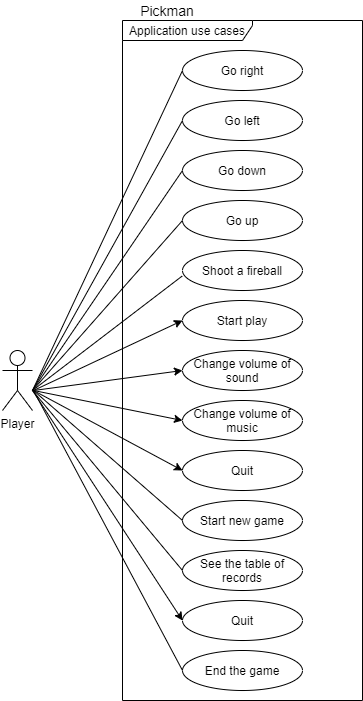
This is документы/UML/use case.png from EkSidra/Pickman, a draw.io export, as it was before one commit. Source tidied: cells renumbered, new cells last; positions are measured from the earlier drawing's top-left corner, leaving out a move shared by most shapes. The source it was exported from:
```xml
<mxGraphModel>
  <root>
    <mxCell id="0" />
    <mxCell id="1" parent="0" />
    <mxCell id="2" value="Application use cases" style="shape=umlFrame;whiteSpace=wrap;html=1;width=130;height=20;" parent="1" vertex="1">
      <mxGeometry x="120" y="20" width="240" height="680" as="geometry" />
    </mxCell>
    <mxCell id="3" value="Start play" style="ellipse;whiteSpace=wrap;html=1;" parent="1" vertex="1">
      <mxGeometry x="180" y="300" width="120" height="40" as="geometry" />
    </mxCell>
    <mxCell id="4" value="Change volume of sound" style="ellipse;whiteSpace=wrap;html=1;" parent="1" vertex="1">
      <mxGeometry x="180" y="350" width="120" height="40" as="geometry" />
    </mxCell>
    <mxCell id="5" value="Change volume of music" style="ellipse;whiteSpace=wrap;html=1;" parent="1" vertex="1">
      <mxGeometry x="180" y="400" width="120" height="40" as="geometry" />
    </mxCell>
    <mxCell id="6" value="See the table of records" style="ellipse;whiteSpace=wrap;html=1;" parent="1" vertex="1">
      <mxGeometry x="180" y="550" width="120" height="40" as="geometry" />
    </mxCell>
    <mxCell id="7" value="Start new game" style="ellipse;whiteSpace=wrap;html=1;" parent="1" vertex="1">
      <mxGeometry x="180" y="500" width="120" height="40" as="geometry" />
    </mxCell>
    <mxCell id="8" value="&lt;font color=&quot;#000000&quot;&gt;Pickman&lt;/font&gt;" style="text;html=1;strokeColor=none;fillColor=none;align=center;verticalAlign=middle;whiteSpace=wrap;rounded=0;fontSize=14;fontColor=#A50040;" parent="1" vertex="1">
      <mxGeometry x="120" width="90" height="20" as="geometry" />
    </mxCell>
    <mxCell id="9" value="Player" style="shape=umlActor;verticalLabelPosition=bottom;verticalAlign=top;fontFamily=Helvetica;labelBackgroundColor=none;labelBorderColor=none;html=1;shadow=0;sketch=0;comic=0;movableLabel=0;fixDash=0;" parent="1" vertex="1">
      <mxGeometry y="350" width="30" height="60" as="geometry" />
    </mxCell>
    <mxCell id="10" value="Quit" style="ellipse;whiteSpace=wrap;html=1;" parent="1" vertex="1">
      <mxGeometry x="180" y="450" width="120" height="40" as="geometry" />
    </mxCell>
    <mxCell id="11" value="Quit" style="ellipse;whiteSpace=wrap;html=1;" parent="1" vertex="1">
      <mxGeometry x="180" y="600" width="120" height="40" as="geometry" />
    </mxCell>
    <mxCell id="12" style="endArrow=none;html=1;fontFamily=Helvetica;entryX=0;entryY=0.5;entryDx=0;entryDy=0;" parent="1" edge="1" target="7">
      <mxGeometry relative="1" as="geometry">
        <mxPoint x="31" y="390" as="sourcePoint" />
      </mxGeometry>
    </mxCell>
    <mxCell id="13" style="endArrow=none;html=1;fontFamily=Helvetica;entryX=0;entryY=0.5;entryDx=0;entryDy=0;" parent="1" edge="1" target="6">
      <mxGeometry relative="1" as="geometry">
        <mxPoint x="30" y="390" as="sourcePoint" />
      </mxGeometry>
    </mxCell>
    <mxCell id="14" style="endArrow=classic;html=1;fontFamily=Helvetica;entryX=0;entryY=0.5;entryDx=0;entryDy=0;" parent="1" edge="1" target="11">
      <mxGeometry relative="1" as="geometry">
        <mxPoint x="30" y="390" as="sourcePoint" />
      </mxGeometry>
    </mxCell>
    <mxCell id="15" style="endArrow=classic;html=1;fontFamily=Helvetica;entryX=0;entryY=0.5;entryDx=0;entryDy=0;" parent="1" edge="1" target="5">
      <mxGeometry relative="1" as="geometry">
        <mxPoint x="31" y="390" as="sourcePoint" />
      </mxGeometry>
    </mxCell>
    <mxCell id="16" style="endArrow=classic;html=1;fontFamily=Helvetica;entryX=0;entryY=0.5;entryDx=0;entryDy=0;" parent="1" edge="1" target="4">
      <mxGeometry relative="1" as="geometry">
        <mxPoint x="31" y="390" as="sourcePoint" />
      </mxGeometry>
    </mxCell>
    <mxCell id="17" style="endArrow=classic;html=1;fontFamily=Helvetica;entryX=0;entryY=0.5;entryDx=0;entryDy=0;" parent="1" edge="1" target="10">
      <mxGeometry relative="1" as="geometry">
        <mxPoint x="31" y="390" as="sourcePoint" />
      </mxGeometry>
    </mxCell>
    <mxCell id="18" style="endArrow=classic;html=1;fontFamily=Helvetica;entryX=0;entryY=0.5;entryDx=0;entryDy=0;" parent="1" edge="1" target="3">
      <mxGeometry relative="1" as="geometry">
        <mxPoint x="31" y="390" as="sourcePoint" />
      </mxGeometry>
    </mxCell>
    <mxCell id="19" value="End the game" style="ellipse;whiteSpace=wrap;html=1;" parent="1" vertex="1">
      <mxGeometry x="180" y="650" width="120" height="40" as="geometry" />
    </mxCell>
    <mxCell id="20" style="endArrow=none;html=1;fontFamily=Helvetica;entryX=0;entryY=0.5;entryDx=0;entryDy=0;" parent="1" edge="1" target="19">
      <mxGeometry relative="1" as="geometry">
        <mxPoint x="31" y="390" as="sourcePoint" />
      </mxGeometry>
    </mxCell>
    <mxCell id="21" value="Shoot a fireball" style="ellipse;whiteSpace=wrap;html=1;" parent="1" vertex="1">
      <mxGeometry x="180" y="250" width="120" height="40" as="geometry" />
    </mxCell>
    <mxCell id="22" value="Go up" style="ellipse;whiteSpace=wrap;html=1;" parent="1" vertex="1">
      <mxGeometry x="180" y="200" width="120" height="40" as="geometry" />
    </mxCell>
    <mxCell id="23" value="Go down" style="ellipse;whiteSpace=wrap;html=1;" parent="1" vertex="1">
      <mxGeometry x="180" y="150" width="120" height="40" as="geometry" />
    </mxCell>
    <mxCell id="24" value="Go left" style="ellipse;whiteSpace=wrap;html=1;" parent="1" vertex="1">
      <mxGeometry x="180" y="100" width="120" height="40" as="geometry" />
    </mxCell>
    <mxCell id="25" value="Go right" style="ellipse;whiteSpace=wrap;html=1;" parent="1" vertex="1">
      <mxGeometry x="180" y="50" width="120" height="40" as="geometry" />
    </mxCell>
    <mxCell id="26" style="endArrow=none;html=1;fontFamily=Helvetica;entryX=0;entryY=0.5;entryDx=0;entryDy=0;" parent="1" edge="1" target="24">
      <mxGeometry relative="1" as="geometry">
        <mxPoint x="30" y="390" as="sourcePoint" />
      </mxGeometry>
    </mxCell>
    <mxCell id="27" style="endArrow=none;html=1;fontFamily=Helvetica;entryX=0;entryY=0.5;entryDx=0;entryDy=0;" parent="1" edge="1" target="23">
      <mxGeometry relative="1" as="geometry">
        <mxPoint x="30" y="390" as="sourcePoint" />
      </mxGeometry>
    </mxCell>
    <mxCell id="28" style="endArrow=none;html=1;fontFamily=Helvetica;entryX=0;entryY=0.5;entryDx=0;entryDy=0;" parent="1" edge="1" target="22">
      <mxGeometry relative="1" as="geometry">
        <mxPoint x="30" y="390" as="sourcePoint" />
      </mxGeometry>
    </mxCell>
    <mxCell id="29" style="endArrow=none;html=1;fontFamily=Helvetica;entryX=-0.002;entryY=0.637;entryDx=0;entryDy=0;entryPerimeter=0;" parent="1" edge="1" target="21">
      <mxGeometry relative="1" as="geometry">
        <mxPoint x="30" y="390" as="sourcePoint" />
      </mxGeometry>
    </mxCell>
    <mxCell id="30" style="endArrow=none;html=1;fontFamily=Helvetica;entryX=0;entryY=0.5;entryDx=0;entryDy=0;" parent="1" edge="1" target="25">
      <mxGeometry relative="1" as="geometry">
        <mxPoint x="30" y="390" as="sourcePoint" />
      </mxGeometry>
    </mxCell>
  </root>
</mxGraphModel>
```
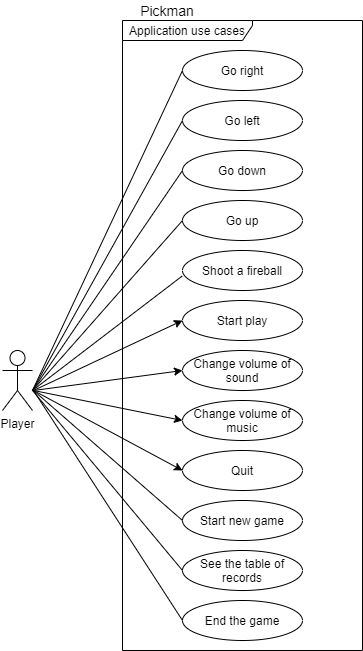
After the change.

What changed in the source:
```diff
@@ -3,7 +3,7 @@
     <mxCell id="0" />
     <mxCell id="1" parent="0" />
     <mxCell id="2" value="Application use cases" style="shape=umlFrame;whiteSpace=wrap;html=1;width=130;height=20;" parent="1" vertex="1">
-      <mxGeometry x="120" y="20" width="240" height="680" as="geometry" />
+      <mxGeometry x="120" y="20" width="240" height="630" as="geometry" />
     </mxCell>
     <mxCell id="3" value="Start play" style="ellipse;whiteSpace=wrap;html=1;" parent="1" vertex="1">
       <mxGeometry x="180" y="300" width="120" height="40" as="geometry" />
@@ -29,9 +29,6 @@
     <mxCell id="10" value="Quit" style="ellipse;whiteSpace=wrap;html=1;" parent="1" vertex="1">
       <mxGeometry x="180" y="450" width="120" height="40" as="geometry" />
     </mxCell>
-    <mxCell id="11" value="Quit" style="ellipse;whiteSpace=wrap;html=1;" parent="1" vertex="1">
-      <mxGeometry x="180" y="600" width="120" height="40" as="geometry" />
-    </mxCell>
     <mxCell id="12" style="endArrow=none;html=1;fontFamily=Helvetica;entryX=0;entryY=0.5;entryDx=0;entryDy=0;" parent="1" edge="1" target="7">
       <mxGeometry relative="1" as="geometry">
         <mxPoint x="31" y="390" as="sourcePoint" />
@@ -42,11 +39,6 @@
         <mxPoint x="30" y="390" as="sourcePoint" />
       </mxGeometry>
     </mxCell>
-    <mxCell id="14" style="endArrow=classic;html=1;fontFamily=Helvetica;entryX=0;entryY=0.5;entryDx=0;entryDy=0;" parent="1" edge="1" target="11">
-      <mxGeometry relative="1" as="geometry">
-        <mxPoint x="30" y="390" as="sourcePoint" />
-      </mxGeometry>
-    </mxCell>
     <mxCell id="15" style="endArrow=classic;html=1;fontFamily=Helvetica;entryX=0;entryY=0.5;entryDx=0;entryDy=0;" parent="1" edge="1" target="5">
       <mxGeometry relative="1" as="geometry">
         <mxPoint x="31" y="390" as="sourcePoint" />
@@ -68,7 +60,7 @@
       </mxGeometry>
     </mxCell>
     <mxCell id="19" value="End the game" style="ellipse;whiteSpace=wrap;html=1;" parent="1" vertex="1">
-      <mxGeometry x="180" y="650" width="120" height="40" as="geometry" />
+      <mxGeometry x="180" y="600" width="120" height="40" as="geometry" />
     </mxCell>
     <mxCell id="20" style="endArrow=none;html=1;fontFamily=Helvetica;entryX=0;entryY=0.5;entryDx=0;entryDy=0;" parent="1" edge="1" target="19">
       <mxGeometry relative="1" as="geometry">
```
